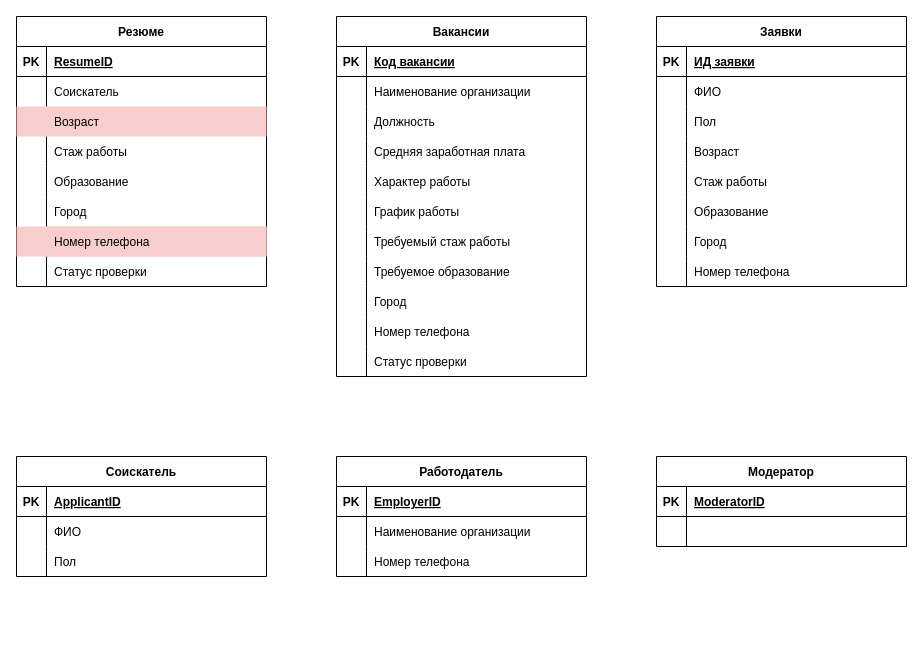
Before: Diagrams/Entity Relationship Diagram.drawio in FullOfDelirium/Employment-agency, a draw.io diagram. Source tidied: cells renumbered, new cells numbered last; positions are measured from the earlier drawing's top-left corner, leaving out a move shared by most shapes. Both pictures are drawn from the tidied source at 100%, with x=0, y=0 at pixel (16, 16).
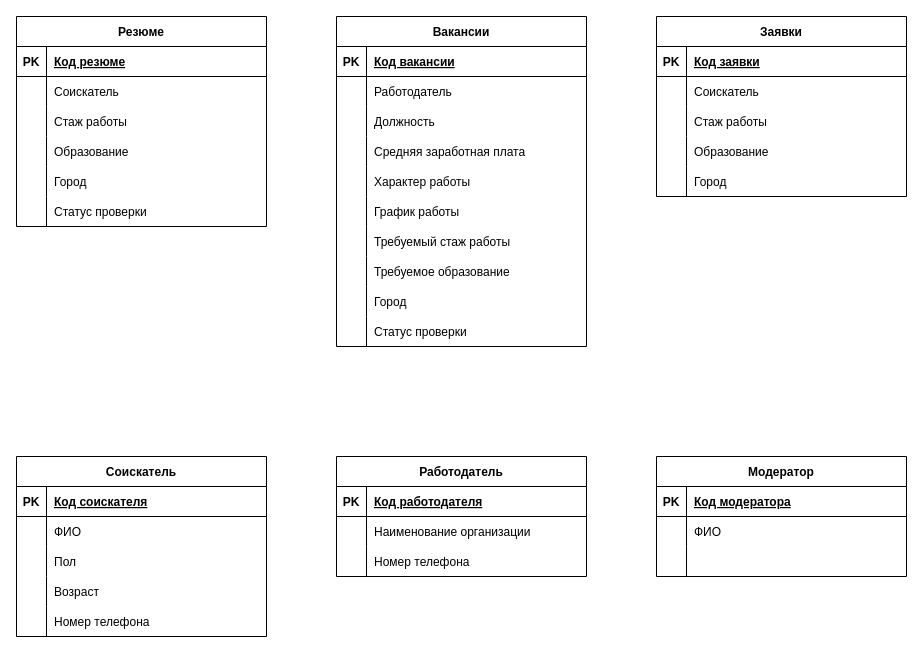
The same page after the edit.

The change refers to these unchanged cells:
```xml
<mxCell id="3" style="shape=partialRectangle;fillColor=none;top=0;left=0;right=0;bottom=1;" parent="2" vertex="1">
  <mxGeometry y="30" width="250" height="30" as="geometry" />
</mxCell>
<mxCell id="31" style="shape=partialRectangle;fillColor=none;top=0;left=0;right=0;bottom=0;" parent="27" vertex="1">
  <mxGeometry y="60" width="250" height="30" as="geometry" />
</mxCell>
<mxCell id="62" style="shape=partialRectangle;fillColor=none;top=0;left=0;right=0;bottom=1;" parent="61" vertex="1">
  <mxGeometry y="30" width="250" height="30" as="geometry" />
</mxCell>
<mxCell id="65" style="shape=partialRectangle;fillColor=none;top=0;left=0;right=0;bottom=0;" parent="61" vertex="1">
  <mxGeometry y="60" width="250" height="30" as="geometry" />
</mxCell>
<mxCell id="87" style="shape=partialRectangle;fillColor=none;top=0;left=0;right=0;bottom=1;" parent="86" vertex="1">
  <mxGeometry y="30" width="250" height="30" as="geometry" />
</mxCell>
<mxCell id="97" style="shape=partialRectangle;fillColor=none;top=0;left=0;right=0;bottom=1;" parent="96" vertex="1">
  <mxGeometry y="30" width="250" height="30" as="geometry" />
</mxCell>
<mxCell id="107" style="shape=partialRectangle;fillColor=none;top=0;left=0;right=0;bottom=1;" parent="106" vertex="1">
  <mxGeometry y="30" width="250" height="30" as="geometry" />
</mxCell>
```

The edit, as a diff of the source:
```diff
@@
-    <mxCell id="2" value="Резюме" style="shape=table;startSize=30;childLayout=tableLayout;rowLines=0;fontStyle=1;align=center;" parent="1" vertex="1">
-      <mxGeometry width="250" height="270" as="geometry" />
+    <mxCell id="2" value="Резюме" style="shape=table;startSize=30;childLayout=tableLayout;rowLines=0;fontStyle=1;align=center;fontColor=default;" parent="1" vertex="1">
+      <mxGeometry width="250" height="210" as="geometry" />
     </mxCell>
@@
-    <mxCell id="5" value="ResumeID" style="shape=partialRectangle;overflow=hidden;fillColor=none;top=0;left=0;bottom=0;right=0;align=left;spacingLeft=6;fontStyle=5;" parent="3" vertex="1">
+    <mxCell id="5" value="Код резюме" style="shape=partialRectangle;overflow=hidden;fillColor=none;top=0;left=0;bottom=0;right=0;align=left;spacingLeft=6;fontStyle=5;fontColor=default;" parent="3" vertex="1">
       <mxGeometry x="30" width="220" height="30" as="geometry" />
     </mxCell>
@@
-    <mxCell id="9" style="shape=partialRectangle;fillColor=#f8cecc;top=0;left=0;right=0;bottom=0;strokeColor=#b85450;" parent="2" vertex="1">
-      <mxGeometry y="90" width="250" height="30" as="geometry" />
-    </mxCell>
-    <mxCell id="10" style="shape=partialRectangle;overflow=hidden;fillColor=none;top=0;left=0;bottom=0;right=0;" parent="9" vertex="1">
-      <mxGeometry width="30" height="30" as="geometry" />
-    </mxCell>
-    <mxCell id="11" value="Возраст" style="shape=partialRectangle;overflow=hidden;fillColor=none;top=0;left=0;bottom=0;right=0;align=left;spacingLeft=6;" parent="9" vertex="1">
-      <mxGeometry x="30" width="220" height="30" as="geometry" />
-    </mxCell>
     <mxCell id="12" style="shape=partialRectangle;fillColor=none;top=0;left=0;right=0;bottom=0;" parent="2" vertex="1">
-      <mxGeometry y="120" width="250" height="30" as="geometry" />
+      <mxGeometry y="90" width="250" height="30" as="geometry" />
     </mxCell>
@@
     <mxCell id="15" style="shape=partialRectangle;fillColor=none;top=0;left=0;right=0;bottom=0;" parent="2" vertex="1">
-      <mxGeometry y="150" width="250" height="30" as="geometry" />
+      <mxGeometry y="120" width="250" height="30" as="geometry" />
     </mxCell>
@@
     <mxCell id="18" style="shape=partialRectangle;fillColor=none;top=0;left=0;right=0;bottom=0;" parent="2" vertex="1">
-      <mxGeometry y="180" width="250" height="30" as="geometry" />
+      <mxGeometry y="150" width="250" height="30" as="geometry" />
     </mxCell>
@@
-    <mxCell id="21" style="shape=partialRectangle;fillColor=#f8cecc;top=0;left=0;right=0;bottom=0;strokeColor=#b85450;" parent="2" vertex="1">
-      <mxGeometry y="210" width="250" height="30" as="geometry" />
-    </mxCell>
-    <mxCell id="22" style="shape=partialRectangle;overflow=hidden;fillColor=none;top=0;left=0;bottom=0;right=0;" parent="21" vertex="1">
-      <mxGeometry width="30" height="30" as="geometry" />
-    </mxCell>
-    <mxCell id="23" value="Номер телефона" style="shape=partialRectangle;overflow=hidden;fillColor=#f8cecc;top=0;left=0;bottom=0;right=0;align=left;spacingLeft=6;strokeColor=#b85450;" parent="21" vertex="1">
-      <mxGeometry x="30" width="220" height="30" as="geometry" />
-    </mxCell>
     <mxCell id="24" style="shape=partialRectangle;fillColor=none;top=0;left=0;right=0;bottom=0;" parent="2" vertex="1">
-      <mxGeometry y="240" width="250" height="30" as="geometry" />
+      <mxGeometry y="180" width="250" height="30" as="geometry" />
     </mxCell>
@@
     <mxCell id="27" value="Вакансии" style="shape=table;startSize=30;childLayout=tableLayout;rowLines=0;fontStyle=1;align=center;" parent="1" vertex="1">
-      <mxGeometry x="320" width="250" height="360" as="geometry" />
+      <mxGeometry x="320" width="250" height="330" as="geometry" />
     </mxCell>
@@
-    <mxCell id="33" value="Наименование организации" style="shape=partialRectangle;overflow=hidden;fillColor=none;top=0;left=0;bottom=0;right=0;align=left;spacingLeft=6;" parent="31" vertex="1">
+    <mxCell id="33" value="Работодатель" style="shape=partialRectangle;overflow=hidden;fillColor=none;top=0;left=0;bottom=0;right=0;align=left;spacingLeft=6;fontColor=default;" parent="31" vertex="1">
       <mxGeometry x="30" width="220" height="30" as="geometry" />
     </mxCell>
@@
-    <mxCell id="55" style="shape=partialRectangle;fillColor=none;top=0;left=0;right=0;bottom=0;" parent="27" vertex="1">
-      <mxGeometry y="300" width="250" height="30" as="geometry" />
-    </mxCell>
-    <mxCell id="56" style="shape=partialRectangle;overflow=hidden;fillColor=none;top=0;left=0;bottom=0;right=0;" parent="55" vertex="1">
-      <mxGeometry width="30" height="30" as="geometry" />
-    </mxCell>
-    <mxCell id="57" value="Номер телефона" style="shape=partialRectangle;overflow=hidden;fillColor=none;top=0;left=0;bottom=0;right=0;align=left;spacingLeft=6;" parent="55" vertex="1">
-      <mxGeometry x="30" width="220" height="30" as="geometry" />
-    </mxCell>
     <mxCell id="58" style="shape=partialRectangle;fillColor=none;top=0;left=0;right=0;bottom=0;" parent="27" vertex="1">
-      <mxGeometry y="330" width="250" height="30" as="geometry" />
+      <mxGeometry y="300" width="250" height="30" as="geometry" />
     </mxCell>
@@
-    <mxCell id="61" value="Заявки" style="shape=table;startSize=30;childLayout=tableLayout;rowLines=0;fontStyle=1;align=center;" parent="1" vertex="1">
-      <mxGeometry x="640" width="250" height="270" as="geometry" />
+    <mxCell id="61" value="Заявки" style="shape=table;startSize=30;childLayout=tableLayout;rowLines=0;fontStyle=1;align=center;fillColor=default;strokeColor=default;fontColor=default;" parent="1" vertex="1">
+      <mxGeometry x="640" width="250" height="180" as="geometry" />
     </mxCell>
@@
-    <mxCell id="64" value="ИД заявки" style="shape=partialRectangle;overflow=hidden;fillColor=none;top=0;left=0;bottom=0;right=0;align=left;spacingLeft=6;fontStyle=5;" parent="62" vertex="1">
+    <mxCell id="64" value="Код заявки" style="shape=partialRectangle;overflow=hidden;fillColor=none;top=0;left=0;bottom=0;right=0;align=left;spacingLeft=6;fontStyle=5;fontColor=default;" parent="62" vertex="1">
       <mxGeometry x="30" width="220" height="30" as="geometry" />
     </mxCell>
@@
-    <mxCell id="67" value="ФИО" style="shape=partialRectangle;overflow=hidden;fillColor=none;top=0;left=0;bottom=0;right=0;align=left;spacingLeft=6;" parent="65" vertex="1">
+    <mxCell id="67" value="Соискатель" style="shape=partialRectangle;overflow=hidden;fillColor=none;top=0;left=0;bottom=0;right=0;align=left;spacingLeft=6;fontColor=default;" parent="65" vertex="1">
       <mxGeometry x="30" width="220" height="30" as="geometry" />
     </mxCell>
-    <mxCell id="68" style="shape=partialRectangle;fillColor=none;top=0;left=0;right=0;bottom=0;" parent="61" vertex="1">
-      <mxGeometry y="90" width="250" height="30" as="geometry" />
-    </mxCell>
-    <mxCell id="69" style="shape=partialRectangle;overflow=hidden;fillColor=none;top=0;left=0;bottom=0;right=0;" parent="68" vertex="1">
-      <mxGeometry width="30" height="30" as="geometry" />
-    </mxCell>
-    <mxCell id="70" value="Пол" style="shape=partialRectangle;overflow=hidden;fillColor=none;top=0;left=0;bottom=0;right=0;align=left;spacingLeft=6;" parent="68" vertex="1">
-      <mxGeometry x="30" width="220" height="30" as="geometry" />
-    </mxCell>
-    <mxCell id="71" style="shape=partialRectangle;fillColor=none;top=0;left=0;right=0;bottom=0;" parent="61" vertex="1">
-      <mxGeometry y="120" width="250" height="30" as="geometry" />
-    </mxCell>
-    <mxCell id="72" style="shape=partialRectangle;overflow=hidden;fillColor=none;top=0;left=0;bottom=0;right=0;" parent="71" vertex="1">
-      <mxGeometry width="30" height="30" as="geometry" />
-    </mxCell>
-    <mxCell id="73" value="Возраст" style="shape=partialRectangle;overflow=hidden;fillColor=none;top=0;left=0;bottom=0;right=0;align=left;spacingLeft=6;" parent="71" vertex="1">
-      <mxGeometry x="30" width="220" height="30" as="geometry" />
-    </mxCell>
     <mxCell id="74" style="shape=partialRectangle;fillColor=none;top=0;left=0;right=0;bottom=0;" parent="61" vertex="1">
-      <mxGeometry y="150" width="250" height="30" as="geometry" />
+      <mxGeometry y="90" width="250" height="30" as="geometry" />
     </mxCell>
@@
     <mxCell id="77" style="shape=partialRectangle;fillColor=none;top=0;left=0;right=0;bottom=0;" parent="61" vertex="1">
-      <mxGeometry y="180" width="250" height="30" as="geometry" />
+      <mxGeometry y="120" width="250" height="30" as="geometry" />
     </mxCell>
@@
     <mxCell id="80" style="shape=partialRectangle;fillColor=none;top=0;left=0;right=0;bottom=0;" parent="61" vertex="1">
-      <mxGeometry y="210" width="250" height="30" as="geometry" />
+      <mxGeometry y="150" width="250" height="30" as="geometry" />
     </mxCell>
@@
-    <mxCell id="83" style="shape=partialRectangle;fillColor=none;top=0;left=0;right=0;bottom=0;" parent="61" vertex="1">
-      <mxGeometry y="240" width="250" height="30" as="geometry" />
-    </mxCell>
-    <mxCell id="84" style="shape=partialRectangle;overflow=hidden;fillColor=none;top=0;left=0;bottom=0;right=0;" parent="83" vertex="1">
-      <mxGeometry width="30" height="30" as="geometry" />
-    </mxCell>
-    <mxCell id="85" value="Номер телефона" style="shape=partialRectangle;overflow=hidden;fillColor=none;top=0;left=0;bottom=0;right=0;align=left;spacingLeft=6;" parent="83" vertex="1">
-      <mxGeometry x="30" width="220" height="30" as="geometry" />
-    </mxCell>
-    <mxCell id="86" value="Соискатель" style="shape=table;startSize=30;childLayout=tableLayout;rowLines=0;fontStyle=1;align=center;" parent="1" vertex="1">
-      <mxGeometry y="440" width="250" height="120" as="geometry" />
+    <mxCell id="86" value="Соискатель" style="shape=table;startSize=30;childLayout=tableLayout;rowLines=0;fontStyle=1;align=center;fillColor=default;strokeColor=default;fontColor=default;" parent="1" vertex="1">
+      <mxGeometry y="440" width="250" height="180" as="geometry" />
     </mxCell>
@@
-    <mxCell id="89" value="ApplicantID" style="shape=partialRectangle;overflow=hidden;fillColor=none;top=0;left=0;bottom=0;right=0;align=left;spacingLeft=6;fontStyle=5;" parent="87" vertex="1">
+    <mxCell id="89" value="Код соискателя" style="shape=partialRectangle;overflow=hidden;fillColor=none;top=0;left=0;bottom=0;right=0;align=left;spacingLeft=6;fontStyle=5;fontColor=default;" parent="87" vertex="1">
       <mxGeometry x="30" width="220" height="30" as="geometry" />
     </mxCell>
@@
-    <mxCell id="93" style="shape=partialRectangle;fillColor=none;top=0;left=0;right=0;bottom=0;" parent="86" vertex="1">
+    <mxCell id="93" style="shape=partialRectangle;fillColor=none;top=0;left=0;right=0;bottom=0;strokeColor=default;fontColor=default;" parent="86" vertex="1">
       <mxGeometry y="90" width="250" height="30" as="geometry" />
     </mxCell>
@@
+    <mxCell id="113" style="shape=partialRectangle;fillColor=none;top=0;left=0;right=0;bottom=0;strokeColor=default;fontColor=default;" parent="86" vertex="1">
+      <mxGeometry y="120" width="250" height="30" as="geometry" />
+    </mxCell>
+    <mxCell id="114" style="shape=partialRectangle;overflow=hidden;fillColor=none;top=0;left=0;bottom=0;right=0;" parent="113" vertex="1">
+      <mxGeometry width="30" height="30" as="geometry" />
+    </mxCell>
+    <mxCell id="115" value="Возраст" style="shape=partialRectangle;overflow=hidden;fillColor=none;top=0;left=0;bottom=0;right=0;align=left;spacingLeft=6;fontColor=default;" parent="113" vertex="1">
+      <mxGeometry x="30" width="220" height="30" as="geometry" />
+    </mxCell>
+    <mxCell id="116" style="shape=partialRectangle;fillColor=none;top=0;left=0;right=0;bottom=0;strokeColor=default;fontColor=default;" parent="86" vertex="1">
+      <mxGeometry y="150" width="250" height="30" as="geometry" />
+    </mxCell>
+    <mxCell id="117" style="shape=partialRectangle;overflow=hidden;fillColor=none;top=0;left=0;bottom=0;right=0;" parent="116" vertex="1">
+      <mxGeometry width="30" height="30" as="geometry" />
+    </mxCell>
+    <mxCell id="118" value="Номер телефона" style="shape=partialRectangle;overflow=hidden;fillColor=none;top=0;left=0;bottom=0;right=0;align=left;spacingLeft=6;fontColor=default;" parent="116" vertex="1">
+      <mxGeometry x="30" width="220" height="30" as="geometry" />
+    </mxCell>
-    <mxCell id="96" value="Работодатель" style="shape=table;startSize=30;childLayout=tableLayout;rowLines=0;fontStyle=1;align=center;" parent="1" vertex="1">
+    <mxCell id="96" value="Работодатель" style="shape=table;startSize=30;childLayout=tableLayout;rowLines=0;fontStyle=1;align=center;fontColor=default;" parent="1" vertex="1">
       <mxGeometry x="320" y="440" width="250" height="120" as="geometry" />
     </mxCell>
@@
-    <mxCell id="99" value="EmployerID" style="shape=partialRectangle;overflow=hidden;fillColor=none;top=0;left=0;bottom=0;right=0;align=left;spacingLeft=6;fontStyle=5;" parent="97" vertex="1">
+    <mxCell id="99" value="Код работодателя" style="shape=partialRectangle;overflow=hidden;fillColor=none;top=0;left=0;bottom=0;right=0;align=left;spacingLeft=6;fontStyle=5;fontColor=default;" parent="97" vertex="1">
       <mxGeometry x="30" width="220" height="30" as="geometry" />
     </mxCell>
@@
-    <mxCell id="106" value="Модератор" style="shape=table;startSize=30;childLayout=tableLayout;rowLines=0;fontStyle=1;align=center;" parent="1" vertex="1">
-      <mxGeometry x="640" y="440" width="250" height="90" as="geometry" />
+    <mxCell id="106" value="Модератор" style="shape=table;startSize=30;childLayout=tableLayout;rowLines=0;fontStyle=1;align=center;fontColor=default;" parent="1" vertex="1">
+      <mxGeometry x="640" y="440" width="250" height="120" as="geometry" />
     </mxCell>
@@
-    <mxCell id="109" value="ModeratorID" style="shape=partialRectangle;overflow=hidden;fillColor=none;top=0;left=0;bottom=0;right=0;align=left;spacingLeft=6;fontStyle=5;" parent="107" vertex="1">
+    <mxCell id="109" value="Код модератора" style="shape=partialRectangle;overflow=hidden;fillColor=none;top=0;left=0;bottom=0;right=0;align=left;spacingLeft=6;fontStyle=5;fontColor=default;" parent="107" vertex="1">
       <mxGeometry x="30" width="220" height="30" as="geometry" />
     </mxCell>
-    <mxCell id="110" style="shape=partialRectangle;fillColor=none;top=0;left=0;right=0;bottom=0;" parent="106" vertex="1">
+    <mxCell id="110" style="shape=partialRectangle;fillColor=none;top=0;left=0;right=0;bottom=0;strokeColor=default;fontColor=default;" parent="106" vertex="1">
       <mxGeometry y="60" width="250" height="30" as="geometry" />
     </mxCell>
@@
-    <mxCell id="112" style="shape=partialRectangle;overflow=hidden;fillColor=none;top=0;left=0;bottom=0;right=0;align=left;spacingLeft=6;" parent="110" vertex="1">
+    <mxCell id="112" value="ФИО" style="shape=partialRectangle;overflow=hidden;fillColor=none;top=0;left=0;bottom=0;right=0;align=left;spacingLeft=6;fontColor=default;" parent="110" vertex="1">
       <mxGeometry x="30" width="220" height="30" as="geometry" />
     </mxCell>
+    <mxCell id="68" style="shape=partialRectangle;fillColor=none;top=0;left=0;right=0;bottom=0;" parent="106" vertex="1">
+      <mxGeometry y="90" width="250" height="30" as="geometry" />
+    </mxCell>
+    <mxCell id="119" style="shape=partialRectangle;overflow=hidden;fillColor=none;top=0;left=0;bottom=0;right=0;" parent="68" vertex="1">
+      <mxGeometry width="30" height="30" as="geometry" />
+    </mxCell>
+    <mxCell id="120" style="shape=partialRectangle;overflow=hidden;fillColor=none;top=0;left=0;bottom=0;right=0;align=left;spacingLeft=6;fontColor=default;" parent="68" vertex="1">
+      <mxGeometry x="30" width="220" height="30" as="geometry" />
+    </mxCell>
```
